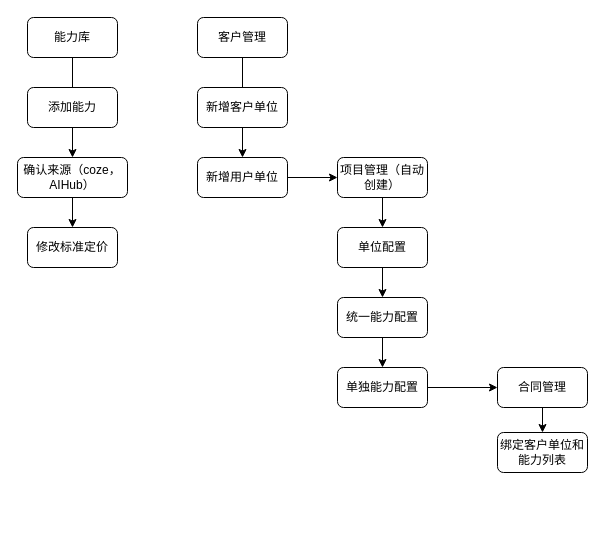
Above: 业务流程小图.drawio in hwt5813780/car (draw.io), before the change. Source tidied: cells renumbered, new cells numbered last; positions are measured from the earlier drawing's top-left corner, leaving out a move shared by most shapes. Both pictures are drawn from the tidied source at 100%, with x=0, y=0 at pixel (17, 17).
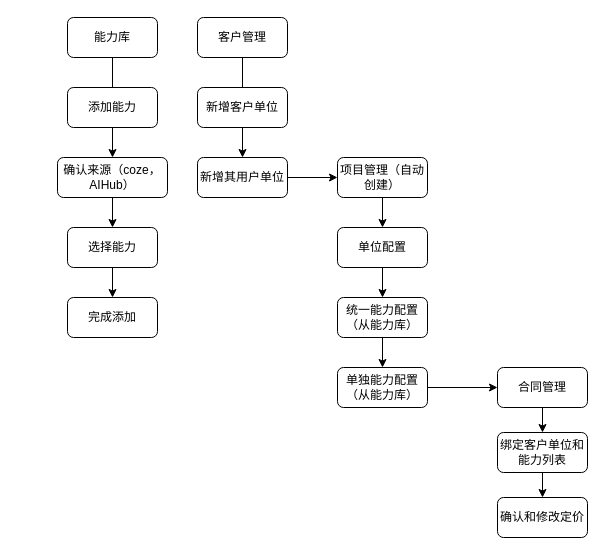
Above is the later version.

Commit message:
更新业务流程小图.drawio

Unchanged cells that the change refers to:
```xml
<mxCell id="23" value="绑定客户单位和能力列表" style="rounded=1;whiteSpace=wrap;html=1;" parent="1" vertex="1">
  <mxGeometry x="480" y="415" width="90" height="40" as="geometry" />
</mxCell>
```

Change to the diagram source:
```diff
@@
     <mxCell id="3" value="能力库" style="rounded=1;whiteSpace=wrap;html=1;" parent="1" vertex="1">
-      <mxGeometry x="10" width="90" height="40" as="geometry" />
+      <mxGeometry x="50" width="90" height="40" as="geometry" />
     </mxCell>
     <mxCell id="4" value="添加能力" style="rounded=1;whiteSpace=wrap;html=1;" parent="1" vertex="1">
-      <mxGeometry x="10" y="70" width="90" height="40" as="geometry" />
+      <mxGeometry x="50" y="70" width="90" height="40" as="geometry" />
     </mxCell>
@@
     <mxCell id="6" value="确认来源（coze，AIHub）" style="rounded=1;whiteSpace=wrap;html=1;" parent="1" vertex="1">
-      <mxGeometry y="140" width="110" height="40" as="geometry" />
+      <mxGeometry x="40" y="140" width="110" height="40" as="geometry" />
     </mxCell>
+    <mxCell id="24" style="edgeStyle=orthogonalEdgeStyle;rounded=0;jettySize=auto;html=1;" parent="1" edge="1" source="7" target="26">
+      <mxGeometry relative="1" as="geometry" />
+    </mxCell>
-    <mxCell id="7" value="修改标准定价" style="rounded=1;whiteSpace=wrap;html=1;" parent="1" vertex="1">
-      <mxGeometry x="10" y="210" width="90" height="40" as="geometry" />
+    <mxCell id="7" value="选择能力" style="rounded=1;whiteSpace=wrap;html=1;" parent="1" vertex="1">
+      <mxGeometry x="50" y="210" width="90" height="40" as="geometry" />
     </mxCell>
@@
-    <mxCell id="12" value="新增用户单位" style="rounded=1;whiteSpace=wrap;html=1;" parent="1" vertex="1">
+    <mxCell id="12" value="新增其用户单位" style="rounded=1;whiteSpace=wrap;html=1;" parent="1" vertex="1">
       <mxGeometry x="180" y="140" width="90" height="40" as="geometry" />
     </mxCell>
@@
-    <mxCell id="18" value="统一能力配置" style="rounded=1;whiteSpace=wrap;html=1;" parent="1" vertex="1">
+    <mxCell id="18" value="统一能力配置（从能力库）" style="rounded=1;whiteSpace=wrap;html=1;" parent="1" vertex="1">
       <mxGeometry x="320" y="280" width="90" height="40" as="geometry" />
     </mxCell>
@@
-    <mxCell id="20" value="单独能力配置" style="rounded=1;whiteSpace=wrap;html=1;" parent="1" vertex="1">
+    <mxCell id="20" value="单独能力配置（从能力库）" style="rounded=1;whiteSpace=wrap;html=1;" parent="1" vertex="1">
       <mxGeometry x="320" y="350" width="90" height="40" as="geometry" />
     </mxCell>
@@
+    <mxCell id="25" style="edgeStyle=orthogonalEdgeStyle;rounded=0;jettySize=auto;html=1;" parent="1" edge="1" source="23" target="27">
+      <mxGeometry relative="1" as="geometry" />
+    </mxCell>
@@
+    <mxCell id="26" value="完成添加" style="rounded=1;whiteSpace=wrap;html=1;" parent="1" vertex="1">
+      <mxGeometry x="50" y="280" width="90" height="40" as="geometry" />
+    </mxCell>
+    <mxCell id="27" value="确认和修改定价" style="rounded=1;whiteSpace=wrap;html=1;" parent="1" vertex="1">
+      <mxGeometry x="480" y="480" width="90" height="40" as="geometry" />
+    </mxCell>
```
